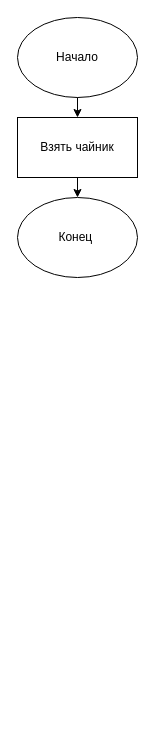
The draw.io diagram diagrams/step2_tea_algorithm.drawio in VIVIVIciiEND/Lab17_ISRPO-, before the edit. Source tidied: cells renumbered, new cells numbered last; positions are measured from the earlier drawing's top-left corner, leaving out a move shared by most shapes. Both pictures are drawn from the tidied source at 100%, with x=0, y=0 at pixel (17, 17).
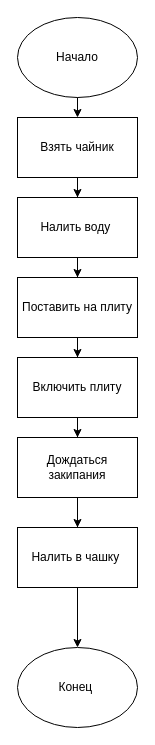
The same diagram, later.

Commit message (it also covers changes not shown here):
Step 3: conditional algorithm and if/else in C#

Change to the diagram source:
```diff
@@
 <mxGraphModel>
   <root>
     <mxCell id="0" />
     <mxCell id="1" parent="0" />
     <mxCell id="2" value="Начало" style="ellipse;whiteSpace=wrap;html=1;" parent="1" vertex="1">
       <mxGeometry width="120" height="80" as="geometry" />
     </mxCell>
     <mxCell id="3" value="Взять чайник" style="rounded=0;whiteSpace=wrap;html=1;" parent="1" vertex="1">
       <mxGeometry y="100" width="120" height="60" as="geometry" />
     </mxCell>
     <mxCell id="4" style="endArrow=classic;html=1;entryX=0.5;entryY=0;entryDx=0;entryDy=0;exitX=0.5;exitY=1;exitDx=0;exitDy=0;" parent="1" edge="1" source="2" target="3">
       <mxGeometry relative="1" as="geometry" />
     </mxCell>
     <mxCell id="5" value="Конец&amp;nbsp;" style="ellipse;whiteSpace=wrap;html=1;" parent="1" vertex="1">
-      <mxGeometry y="180" width="120" height="80" as="geometry" />
+      <mxGeometry y="630" width="120" height="80" as="geometry" />
     </mxCell>
     <mxCell id="6" style="endArrow=classic;html=1;entryX=0.5;entryY=0;entryDx=0;entryDy=0;exitX=0.5;exitY=1;exitDx=0;exitDy=0;" parent="1" edge="1" source="3" target="5">
       <mxGeometry relative="1" as="geometry" />
     </mxCell>
+    <mxCell id="7" value="Налить воду&amp;nbsp;" style="rounded=0;whiteSpace=wrap;html=1;" parent="1" vertex="1">
+      <mxGeometry y="180" width="120" height="60" as="geometry" />
+    </mxCell>
+    <mxCell id="8" value="Поставить на плиту" style="rounded=0;whiteSpace=wrap;html=1;" parent="1" vertex="1">
+      <mxGeometry y="260" width="120" height="60" as="geometry" />
+    </mxCell>
+    <mxCell id="9" value="Включить плиту" style="rounded=0;whiteSpace=wrap;html=1;" parent="1" vertex="1">
+      <mxGeometry y="340" width="120" height="60" as="geometry" />
+    </mxCell>
+    <mxCell id="10" value="Дождаться закипания" style="rounded=0;whiteSpace=wrap;html=1;" parent="1" vertex="1">
+      <mxGeometry y="420" width="120" height="60" as="geometry" />
+    </mxCell>
+    <mxCell id="11" value="Налить в чашку&amp;nbsp;" style="rounded=0;whiteSpace=wrap;html=1;" parent="1" vertex="1">
+      <mxGeometry y="510" width="120" height="60" as="geometry" />
+    </mxCell>
+    <mxCell id="12" style="endArrow=classic;html=1;exitX=0.5;exitY=1;exitDx=0;exitDy=0;entryX=0.5;entryY=0;entryDx=0;entryDy=0;" parent="1" edge="1" source="10" target="11">
+      <mxGeometry relative="1" as="geometry" />
+    </mxCell>
+    <mxCell id="13" style="endArrow=classic;html=1;entryX=0.5;entryY=0;entryDx=0;entryDy=0;exitX=0.5;exitY=1;exitDx=0;exitDy=0;" parent="1" edge="1" source="9" target="10">
+      <mxGeometry relative="1" as="geometry" />
+    </mxCell>
+    <mxCell id="14" style="endArrow=classic;html=1;entryX=0.5;entryY=0;entryDx=0;entryDy=0;exitX=0.5;exitY=1;exitDx=0;exitDy=0;" parent="1" edge="1" source="8" target="9">
+      <mxGeometry relative="1" as="geometry" />
+    </mxCell>
+    <mxCell id="15" style="endArrow=classic;html=1;entryX=0.5;entryY=0;entryDx=0;entryDy=0;exitX=0.5;exitY=1;exitDx=0;exitDy=0;" parent="1" edge="1" source="7" target="8">
+      <mxGeometry relative="1" as="geometry" />
+    </mxCell>
+    <mxCell id="16" style="endArrow=classic;html=1;entryX=0.5;entryY=0;entryDx=0;entryDy=0;exitX=0.5;exitY=1;exitDx=0;exitDy=0;" parent="1" edge="1" source="3" target="7">
+      <mxGeometry relative="1" as="geometry" />
+    </mxCell>
   </root>
 </mxGraphModel>
```
